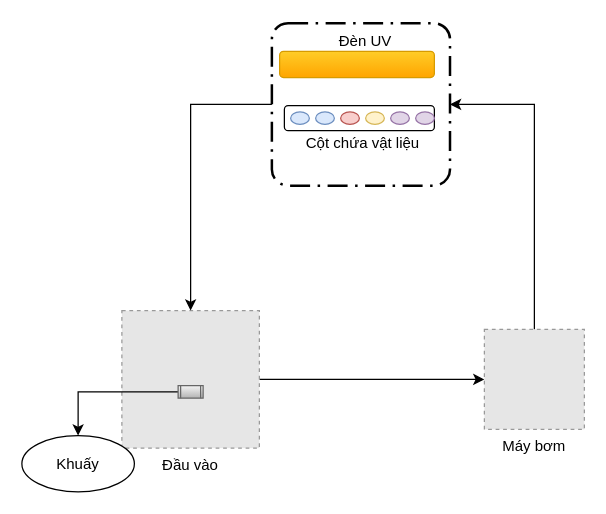
letheanh12345/Draw-io keeps this draw.io diagram as page "Page-2" (2 of 2) of so-do-draw/vk.drawio. Above is the earlier version. Source tidied: cells renumbered, new cells numbered last; positions are measured from the earlier drawing's top-left corner, leaving out a move shared by most shapes. Both pictures are drawn from the tidied source at 125%, with x=0, y=0 at pixel (21, 22). Pictures stored in the file or linked from it are replaced by grey dashed boxes.
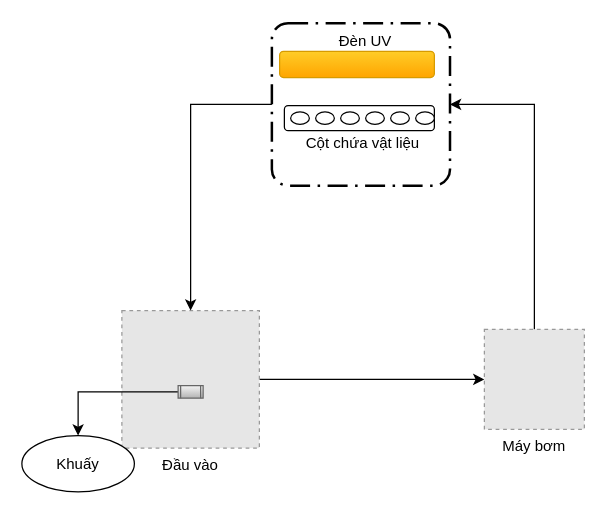
The same diagram, later.

Change to the diagram source:
```diff
@@
-    <mxCell id="9" style="ellipse;whiteSpace=wrap;html=1;fillColor=#dae8fc;strokeColor=#6c8ebf;" parent="1" vertex="1">
+    <mxCell id="9" style="ellipse;whiteSpace=wrap;html=1;" parent="1" vertex="1">
       <mxGeometry x="235" y="71" width="15" height="10" as="geometry" />
     </mxCell>
-    <mxCell id="10" style="ellipse;whiteSpace=wrap;html=1;fillColor=#f8cecc;strokeColor=#b85450;" parent="1" vertex="1">
+    <mxCell id="10" style="ellipse;whiteSpace=wrap;html=1;" parent="1" vertex="1">
       <mxGeometry x="255" y="71" width="15" height="10" as="geometry" />
     </mxCell>
-    <mxCell id="11" style="ellipse;whiteSpace=wrap;html=1;fillColor=#fff2cc;strokeColor=#d6b656;" parent="1" vertex="1">
+    <mxCell id="11" style="ellipse;whiteSpace=wrap;html=1;" parent="1" vertex="1">
       <mxGeometry x="275" y="71" width="15" height="10" as="geometry" />
     </mxCell>
-    <mxCell id="12" style="ellipse;whiteSpace=wrap;html=1;fillColor=#e1d5e7;strokeColor=#9673a6;" parent="1" vertex="1">
+    <mxCell id="12" style="ellipse;whiteSpace=wrap;html=1;" parent="1" vertex="1">
       <mxGeometry x="295" y="71" width="15" height="10" as="geometry" />
     </mxCell>
@@
-    <mxCell id="19" style="ellipse;whiteSpace=wrap;html=1;fillColor=#dae8fc;strokeColor=#6c8ebf;" parent="1" vertex="1">
+    <mxCell id="19" style="ellipse;whiteSpace=wrap;html=1;" parent="1" vertex="1">
       <mxGeometry x="215" y="71" width="15" height="10" as="geometry" />
     </mxCell>
-    <mxCell id="20" style="ellipse;whiteSpace=wrap;html=1;fillColor=#e1d5e7;strokeColor=#9673a6;" parent="1" vertex="1">
+    <mxCell id="20" style="ellipse;whiteSpace=wrap;html=1;" parent="1" vertex="1">
       <mxGeometry x="315" y="71" width="15" height="10" as="geometry" />
     </mxCell>
```
